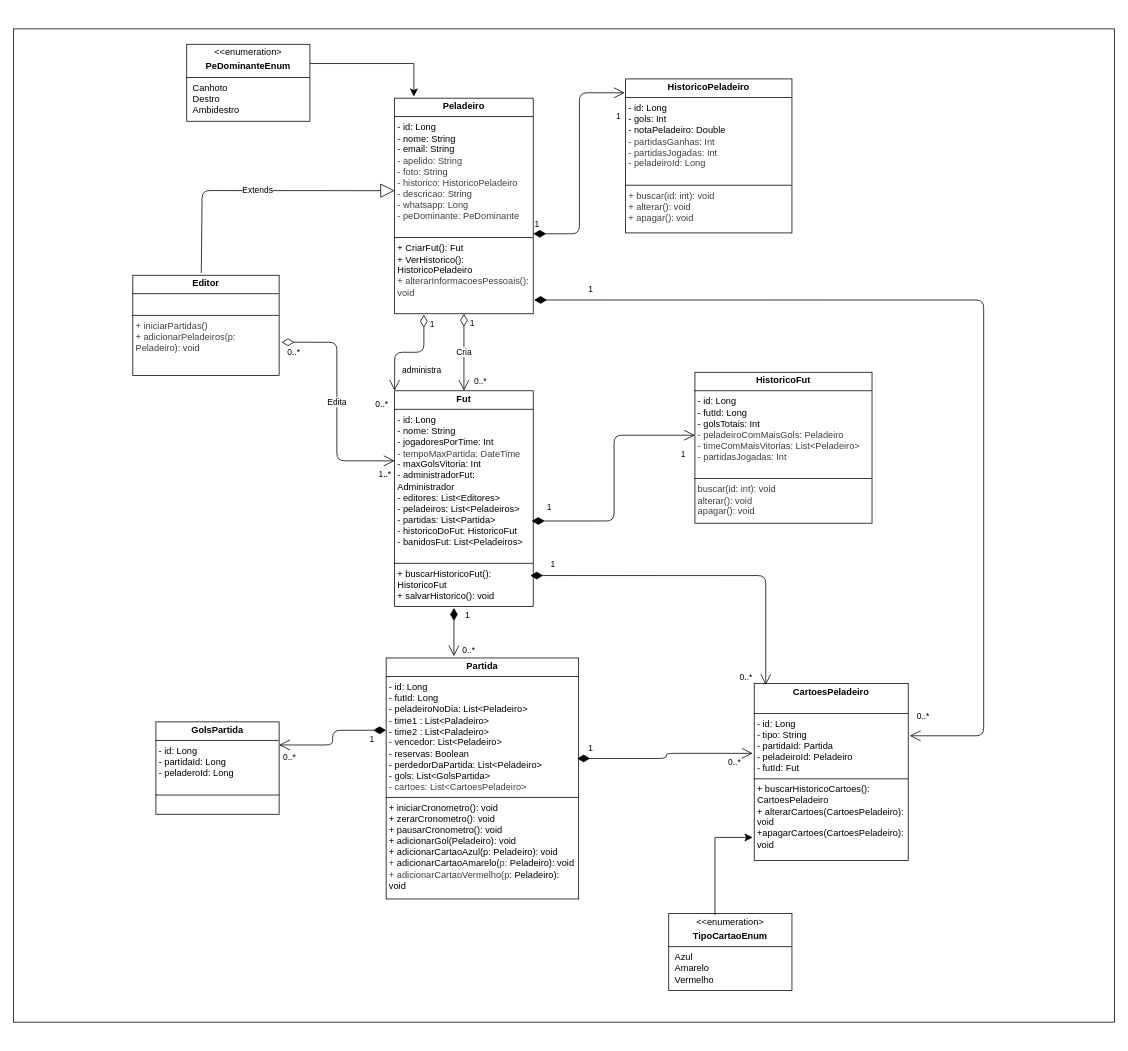
Earlier version of the draw.io diagram Diagramas/DiagramaClasses/DiagramaClasses.drawio (MarcioCosta013/VemProFutFullStack). Source tidied: cells renumbered, new cells numbered last; positions are measured from the earlier drawing's top-left corner, leaving out a move shared by most shapes. Both pictures are drawn from the tidied source at 77%, with x=0, y=0 at pixel (13, 28).
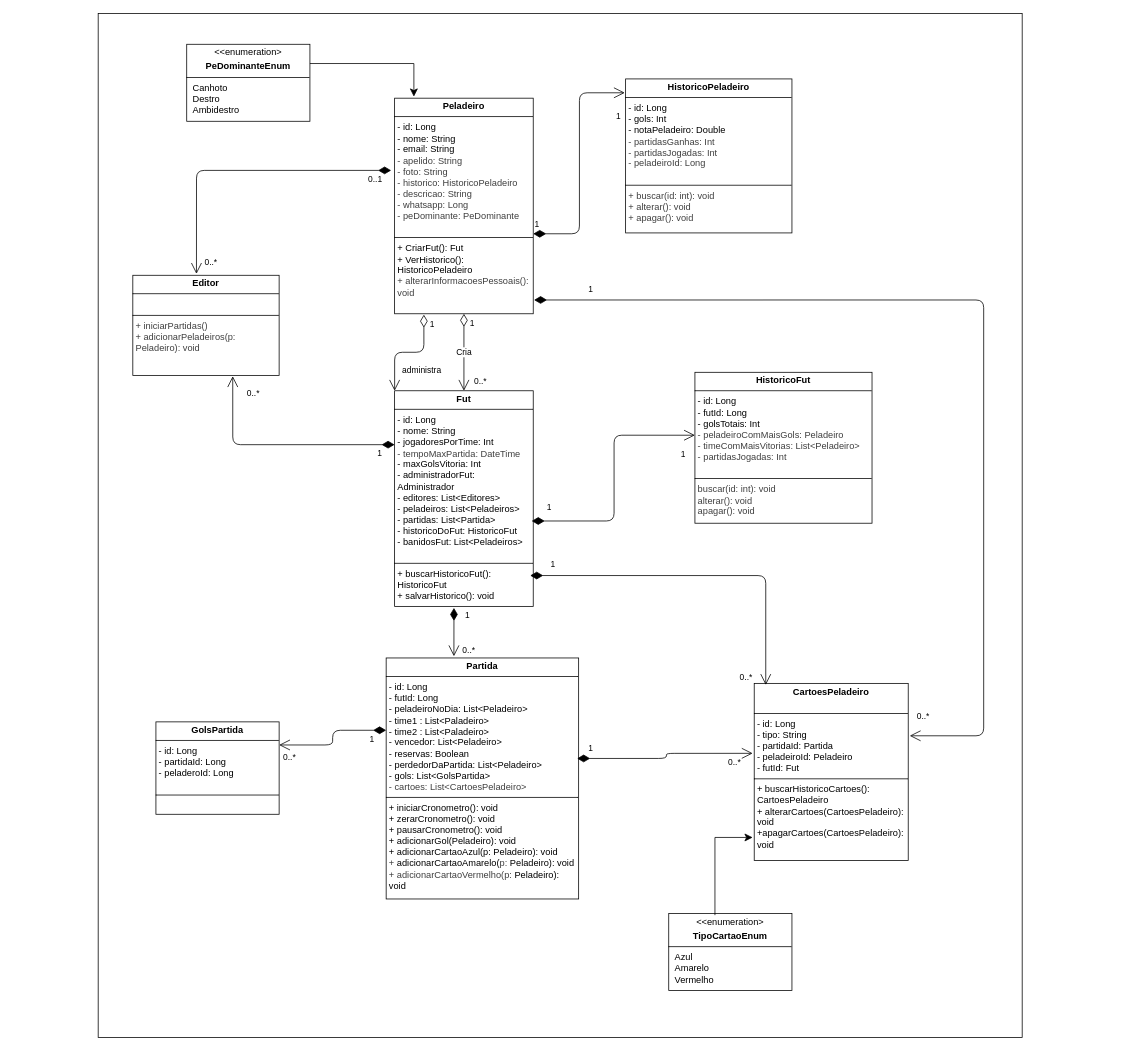
After the change.

Commit message (it also covers changes not shown here):
docs: alteracao no diagrama de Classes

Unchanged cells that the change refers to:
```xml
<mxCell id="3" value="&lt;p style=&quot;margin:0px;margin-top:4px;text-align:center;&quot;&gt;&lt;b&gt;Peladeiro&lt;/b&gt;&lt;/p&gt;&lt;hr size=&quot;1&quot; style=&quot;border-style:solid;&quot;&gt;&lt;p style=&quot;margin:0px;margin-left:4px;&quot;&gt;- id: Long&lt;/p&gt;&lt;p style=&quot;margin:0px;margin-left:4px;&quot;&gt;- nome: String&lt;/p&gt;&lt;p style=&quot;margin:0px;margin-left:4px;&quot;&gt;- email: String&lt;/p&gt;&lt;p style=&quot;margin:0px;margin-left:4px;&quot;&gt;&lt;span style=&quot;color: rgb(63, 63, 63);&quot;&gt;- apelido: String&lt;/span&gt;&lt;/p&gt;&lt;p style=&quot;margin:0px;margin-left:4px;&quot;&gt;&lt;span style=&quot;color: rgb(63, 63, 63);&quot;&gt;- foto: String&lt;/span&gt;&lt;/p&gt;&lt;p style=&quot;margin:0px;margin-left:4px;&quot;&gt;&lt;span style=&quot;color: rgb(63, 63, 63);&quot;&gt;- historico: Historico&lt;/span&gt;&lt;span style=&quot;color: rgb(63, 63, 63);&quot;&gt;&lt;/span&gt;&lt;span style=&quot;color: rgb(63, 63, 63); background-color: transparent;&quot;&gt;Peladeiro&lt;/span&gt;&lt;/p&gt;&lt;p style=&quot;margin:0px;margin-left:4px;&quot;&gt;&lt;span style=&quot;color: rgb(63, 63, 63);&quot;&gt;- descricao: String&lt;/span&gt;&lt;/p&gt;&lt;p style=&quot;margin:0px;margin-left:4px;&quot;&gt;&lt;span style=&quot;color: rgb(63, 63, 63);&quot;&gt;- whatsapp: Long&lt;/span&gt;&lt;/p&gt;&lt;p style=&quot;margin:0px;margin-left:4px;&quot;&gt;&lt;span style=&quot;color: rgb(63, 63, 63);&quot;&gt;- peDominante: PeDominante&lt;/span&gt;&lt;/p&gt;&lt;p style=&quot;margin:0px;margin-left:4px;&quot;&gt;&lt;br&gt;&lt;/p&gt;&lt;hr size=&quot;1&quot; style=&quot;border-style:solid;&quot;&gt;&lt;p style=&quot;margin:0px;margin-left:4px;&quot;&gt;+ CriarFut(): Fut&lt;/p&gt;&lt;p style=&quot;margin:0px;margin-left:4px;&quot;&gt;+ VerHistorico(): HistoricoPeladeiro&lt;/p&gt;&lt;p style=&quot;margin:0px;margin-left:4px;&quot;&gt;&lt;span style=&quot;color: rgb(63, 63, 63); background-color: transparent;&quot;&gt;+ alterarInformacoesPessoais(): void&lt;/span&gt;&lt;/p&gt;" style="verticalAlign=top;align=left;overflow=fill;html=1;whiteSpace=wrap;" parent="1" vertex="1">
  <mxGeometry x="495" y="90" width="180" height="280" as="geometry" />
</mxCell>
<mxCell id="7" value="&lt;p style=&quot;margin:0px;margin-top:4px;text-align:center;&quot;&gt;&lt;b&gt;Fut&lt;/b&gt;&lt;/p&gt;&lt;hr size=&quot;1&quot; style=&quot;border-style:solid;&quot;&gt;&lt;p style=&quot;margin:0px;margin-left:4px;&quot;&gt;- id: Long&lt;/p&gt;&lt;p style=&quot;margin:0px;margin-left:4px;&quot;&gt;- nome: String&lt;/p&gt;&lt;p style=&quot;margin:0px;margin-left:4px;&quot;&gt;- jogadoresPorTime: Int&lt;/p&gt;&lt;p style=&quot;margin:0px;margin-left:4px;&quot;&gt;&lt;span style=&quot;color: rgb(63, 63, 63); background-color: transparent;&quot;&gt;- tempoMaxPartida: DateTime&lt;/span&gt;&lt;/p&gt;&lt;p style=&quot;margin:0px;margin-left:4px;&quot;&gt;- maxGolsVitoria: Int&lt;/p&gt;&lt;p style=&quot;margin:0px;margin-left:4px;&quot;&gt;- administradorFut: Administrador&lt;/p&gt;&lt;p style=&quot;margin:0px;margin-left:4px;&quot;&gt;- editores: List&amp;lt;Editores&amp;gt;&lt;/p&gt;&lt;p style=&quot;margin:0px;margin-left:4px;&quot;&gt;- peladeiros: List&amp;lt;Peladeiros&amp;gt;&lt;/p&gt;&lt;p style=&quot;margin:0px;margin-left:4px;&quot;&gt;- partidas: List&amp;lt;Partida&amp;gt;&amp;nbsp;&lt;/p&gt;&lt;p style=&quot;margin:0px;margin-left:4px;&quot;&gt;- historicoDoFut: HistoricoFut&lt;/p&gt;&lt;p style=&quot;margin:0px;margin-left:4px;&quot;&gt;- banidosFut: List&amp;lt;Peladeiros&amp;gt;&lt;/p&gt;&lt;p style=&quot;margin:0px;margin-left:4px;&quot;&gt;&lt;br&gt;&lt;/p&gt;&lt;hr size=&quot;1&quot; style=&quot;border-style:solid;&quot;&gt;&lt;p style=&quot;margin:0px;margin-left:4px;&quot;&gt;+ buscarHistoricoFut(): HistoricoFut&lt;/p&gt;&lt;p style=&quot;margin:0px;margin-left:4px;&quot;&gt;+ salvarHistorico(): void&lt;/p&gt;&lt;p style=&quot;margin:0px;margin-left:4px;&quot;&gt;&lt;br&gt;&lt;/p&gt;&lt;p style=&quot;margin:0px;margin-left:4px;&quot;&gt;&lt;br&gt;&lt;/p&gt;" style="verticalAlign=top;align=left;overflow=fill;html=1;whiteSpace=wrap;" parent="1" vertex="1">
  <mxGeometry x="495" y="470" width="180" height="280" as="geometry" />
</mxCell>
<mxCell id="10" value="&lt;p style=&quot;margin:0px;margin-top:4px;text-align:center;&quot;&gt;&lt;b&gt;Editor&lt;/b&gt;&lt;/p&gt;&lt;hr size=&quot;1&quot; style=&quot;border-style:solid;&quot;&gt;&lt;p style=&quot;margin:0px;margin-left:4px;&quot;&gt;&lt;br&gt;&lt;/p&gt;&lt;hr size=&quot;1&quot; style=&quot;border-style:solid;&quot;&gt;&lt;p style=&quot;color: rgb(63, 63, 63); scrollbar-color: rgb(226, 226, 226) rgb(251, 251, 251); margin: 0px 0px 0px 4px;&quot;&gt;+ iniciarPartidas()&lt;/p&gt;&lt;p style=&quot;color: rgb(63, 63, 63); scrollbar-color: rgb(226, 226, 226) rgb(251, 251, 251); margin: 0px 0px 0px 4px;&quot;&gt;+ adicionarPeladeiros(p: Peladeiro): void&lt;/p&gt;" style="verticalAlign=top;align=left;overflow=fill;html=1;whiteSpace=wrap;" parent="1" vertex="1">
  <mxGeometry x="155" y="320" width="190" height="130" as="geometry" />
</mxCell>
<mxCell id="26" value="administra&lt;div&gt;&lt;br&gt;&lt;/div&gt;" style="endArrow=open;html=1;endSize=12;startArrow=diamondThin;startSize=14;startFill=0;edgeStyle=orthogonalEdgeStyle;exitX=0.211;exitY=1.004;exitDx=0;exitDy=0;exitPerimeter=0;entryX=0;entryY=0;entryDx=0;entryDy=0;" parent="1" edge="1" source="3" target="7">
  <mxGeometry x="-0.24" y="30" relative="1" as="geometry" />
</mxCell>
```

What changed in the source:
```diff
@@
-    <mxCell id="2" style="rounded=0;whiteSpace=wrap;html=1;" parent="1" vertex="1">
-      <mxGeometry width="1430" height="1290" as="geometry" />
-    </mxCell>
+    <mxCell id="39" style="rounded=0;whiteSpace=wrap;html=1;" parent="1" vertex="1">
+      <mxGeometry x="110" y="-20" width="1200" height="1330" as="geometry" />
+    </mxCell>
@@
-    <mxCell id="11" value="Extends" style="endArrow=block;endSize=16;endFill=0;html=1;entryX=0;entryY=0.429;entryDx=0;entryDy=0;entryPerimeter=0;exitX=0.468;exitY=-0.023;exitDx=0;exitDy=0;exitPerimeter=0;" parent="1" edge="1" source="10" target="3">
-      <mxGeometry relative="1" as="geometry">
-        <Array as="points">
-          <mxPoint x="245" y="210" />
-        </Array>
-      </mxGeometry>
-    </mxCell>
@@
     <mxCell id="28" value="&lt;div&gt;&lt;span style=&quot;background-color: light-dark(#ffffff, var(--ge-dark-color, #121212));&quot;&gt;0..*&lt;/span&gt;&lt;/div&gt;" style="edgeLabel;html=1;align=right;verticalAlign=top;" parent="26" vertex="1">
       <mxGeometry x="1" relative="1" as="geometry">
-        <mxPoint x="-8" y="4" as="offset" />
+        <mxPoint x="-175" y="-10" as="offset" />
       </mxGeometry>
     </mxCell>
-    <mxCell id="29" value="Edita" style="endArrow=open;html=1;endSize=12;startArrow=diamondThin;startSize=14;startFill=0;edgeStyle=orthogonalEdgeStyle;entryX=0;entryY=0.325;entryDx=0;entryDy=0;entryPerimeter=0;exitX=1.016;exitY=0.669;exitDx=0;exitDy=0;exitPerimeter=0;" parent="1" edge="1" source="10" target="7">
-      <mxGeometry relative="1" as="geometry" />
-    </mxCell>
-    <mxCell id="30" value="0..*" style="edgeLabel;html=1;align=left;verticalAlign=top;" parent="29" vertex="1">
-      <mxGeometry x="-1" relative="1" as="geometry">
-        <mxPoint x="6" as="offset" />
-      </mxGeometry>
-    </mxCell>
-    <mxCell id="31" value="&lt;div&gt;&lt;span style=&quot;background-color: light-dark(#ffffff, var(--ge-dark-color, #121212));&quot;&gt;1..*&lt;/span&gt;&lt;/div&gt;" style="edgeLabel;html=1;align=right;verticalAlign=top;" parent="29" vertex="1">
-      <mxGeometry x="1" relative="1" as="geometry">
-        <mxPoint x="-4" y="5" as="offset" />
-      </mxGeometry>
-    </mxCell>
@@
+    <mxCell id="2" value="1" style="endArrow=open;html=1;endSize=12;startArrow=diamondThin;startSize=14;startFill=1;edgeStyle=orthogonalEdgeStyle;align=left;verticalAlign=bottom;entryX=0.683;entryY=1.008;entryDx=0;entryDy=0;entryPerimeter=0;exitX=0;exitY=0.25;exitDx=0;exitDy=0;" parent="1" edge="1" source="7" target="10">
+      <mxGeometry x="-0.83" y="20" relative="1" as="geometry">
+        <mxPoint x="1" as="offset" />
+      </mxGeometry>
+    </mxCell>
+    <mxCell id="40" value="0..1" style="endArrow=open;html=1;endSize=12;startArrow=diamondThin;startSize=14;startFill=1;edgeStyle=orthogonalEdgeStyle;align=left;verticalAlign=bottom;entryX=0.435;entryY=-0.014;entryDx=0;entryDy=0;entryPerimeter=0;exitX=-0.025;exitY=0.335;exitDx=0;exitDy=0;exitPerimeter=0;" parent="1" edge="1" source="3" target="10">
+      <mxGeometry x="-0.83" y="20" relative="1" as="geometry">
+        <Array as="points">
+          <mxPoint x="238" y="184" />
+        </Array>
+        <mxPoint x="1" as="offset" />
+      </mxGeometry>
+    </mxCell>
+    <mxCell id="30" value="&lt;div&gt;&lt;span style=&quot;background-color: light-dark(#ffffff, var(--ge-dark-color, #121212));&quot;&gt;0..*&lt;/span&gt;&lt;/div&gt;" style="edgeLabel;html=1;align=right;verticalAlign=top;" parent="1" vertex="1">
+      <mxGeometry x="265" y="290" as="geometry" />
+    </mxCell>
```
